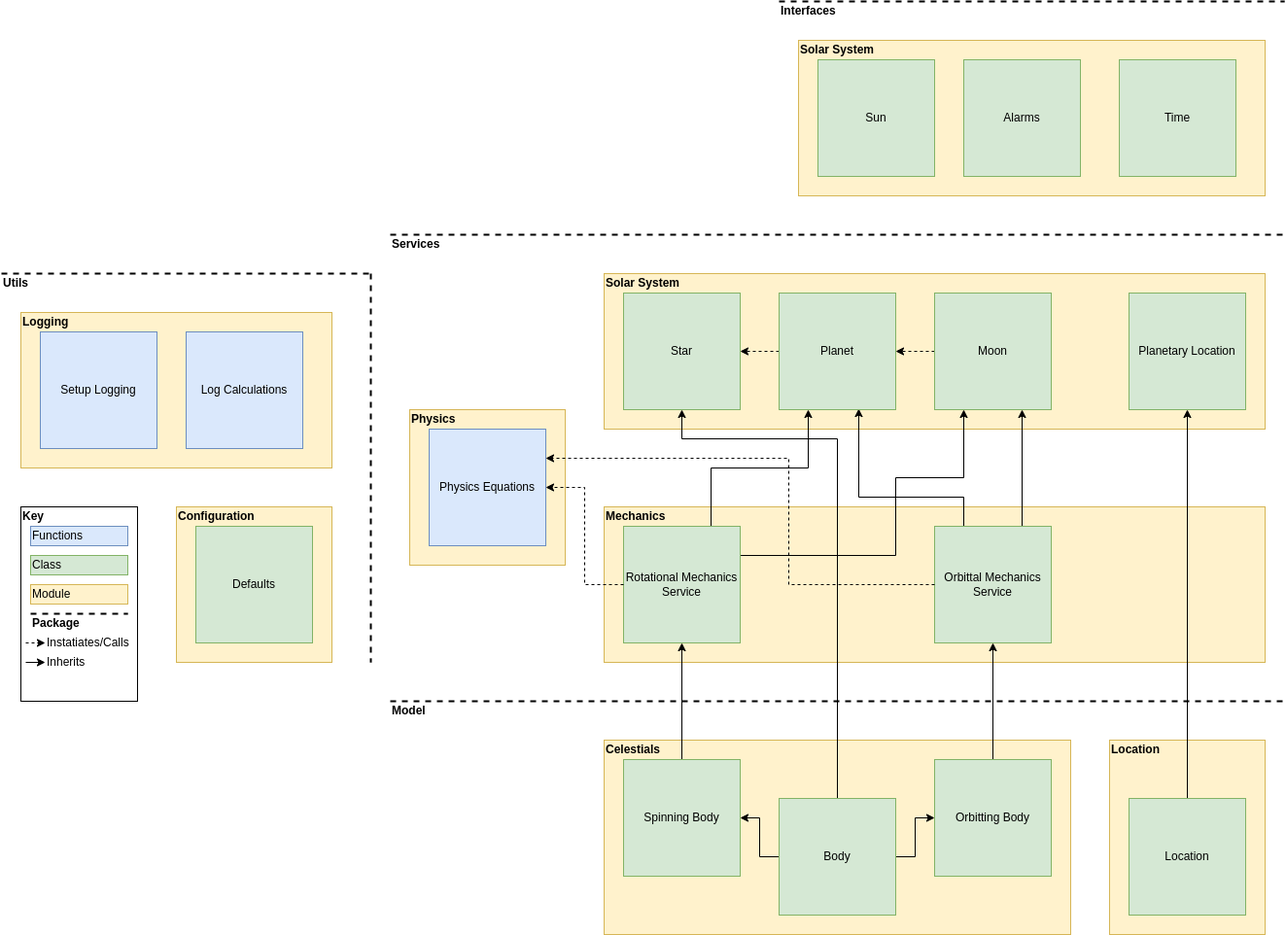
The draw.io diagram img/full_design.png in TheOrganist24/Astronomical, before a commit. Source tidied: cells renumbered, new cells last; positions are measured from the earlier drawing's top-left corner, leaving out a move shared by most shapes.
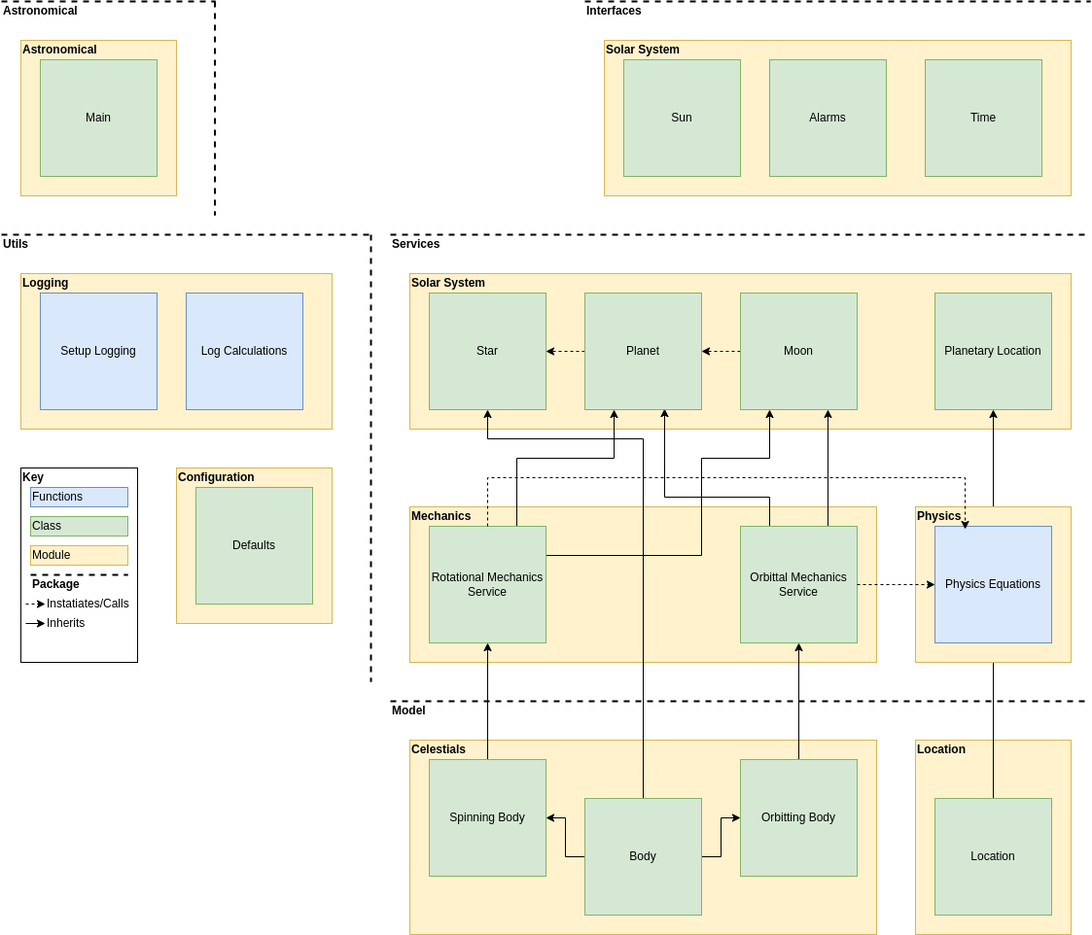
The same diagram one commit later.

Commit message:
DOCS: Tidy up diagram

What changed in the source:
```diff
@@ -12,7 +12,7 @@
       <mxGeometry x="620" y="280" width="680" height="160" as="geometry" />
     </mxCell>
     <mxCell id="5" style="rounded=0;whiteSpace=wrap;html=1;fillColor=#fff2cc;strokeColor=#d6b656;" parent="1" vertex="1">
-      <mxGeometry x="620" y="520" width="680" height="160" as="geometry" />
+      <mxGeometry x="620" y="520" width="480" height="160" as="geometry" />
     </mxCell>
     <mxCell id="6" style="edgeStyle=orthogonalEdgeStyle;rounded=0;jettySize=auto;html=1;exitX=0;exitY=0.5;exitDx=0;exitDy=0;entryX=1;entryY=0.5;entryDx=0;entryDy=0;" parent="1" edge="1" source="9" target="13">
       <mxGeometry relative="1" as="geometry" />
@@ -46,8 +46,8 @@
     <mxCell id="14" style="edgeStyle=orthogonalEdgeStyle;rounded=0;jettySize=auto;html=1;exitX=0.75;exitY=0;exitDx=0;exitDy=0;entryX=0.25;entryY=1;entryDx=0;entryDy=0;" parent="1" edge="1" source="16" target="28">
       <mxGeometry relative="1" as="geometry">
         <Array as="points">
-          <mxPoint x="730" y="480" />
-          <mxPoint x="830" y="480" />
+          <mxPoint x="730" y="470" />
+          <mxPoint x="830" y="470" />
         </Array>
       </mxGeometry>
     </mxCell>
@@ -55,8 +55,8 @@
       <mxGeometry relative="1" as="geometry">
         <Array as="points">
           <mxPoint x="920" y="570" />
-          <mxPoint x="920" y="490" />
-          <mxPoint x="990" y="490" />
+          <mxPoint x="920" y="470" />
+          <mxPoint x="990" y="470" />
         </Array>
       </mxGeometry>
     </mxCell>
@@ -88,7 +88,7 @@
     </mxCell>
     <mxCell id="23" style="endArrow=none;dashed=1;html=1;rounded=0;strokeWidth=2;" parent="1" edge="1">
       <mxGeometry relative="1" as="geometry">
-        <mxPoint x="400" y="720" as="sourcePoint" />
+        <mxPoint x="600" y="720" as="sourcePoint" />
         <mxPoint x="1320" y="720" as="targetPoint" />
       </mxGeometry>
     </mxCell>
@@ -120,78 +120,83 @@
       <mxGeometry x="1140" y="760" width="80" height="20" as="geometry" />
     </mxCell>
     <mxCell id="33" value="&lt;b&gt;Model&lt;/b&gt;" style="text;html=1;strokeColor=none;fillColor=none;align=left;verticalAlign=middle;whiteSpace=wrap;rounded=0;" parent="1" vertex="1">
-      <mxGeometry x="400" y="720" width="80" height="20" as="geometry" />
+      <mxGeometry x="600" y="720" width="80" height="20" as="geometry" />
     </mxCell>
     <mxCell id="34" style="endArrow=none;dashed=1;html=1;rounded=0;strokeWidth=2;" parent="1" edge="1">
       <mxGeometry relative="1" as="geometry">
-        <mxPoint x="400" y="240" as="sourcePoint" />
+        <mxPoint x="600" y="240" as="sourcePoint" />
         <mxPoint x="1320" y="240" as="targetPoint" />
       </mxGeometry>
     </mxCell>
     <mxCell id="35" value="&lt;b&gt;Services&lt;/b&gt;" style="text;html=1;strokeColor=none;fillColor=none;align=left;verticalAlign=middle;whiteSpace=wrap;rounded=0;" parent="1" vertex="1">
-      <mxGeometry x="400" y="240" width="80" height="20" as="geometry" />
+      <mxGeometry x="600" y="240" width="80" height="20" as="geometry" />
     </mxCell>
     <mxCell id="36" style="rounded=0;whiteSpace=wrap;html=1;fillColor=#fff2cc;strokeColor=#d6b656;" parent="1" vertex="1">
-      <mxGeometry x="420" y="420" width="160" height="160" as="geometry" />
+      <mxGeometry x="1140" y="520" width="160" height="160" as="geometry" />
     </mxCell>
     <mxCell id="37" value="Physics Equations" style="rounded=0;whiteSpace=wrap;html=1;fillColor=#dae8fc;strokeColor=#6c8ebf;" parent="1" vertex="1">
-      <mxGeometry x="440" y="440" width="120" height="120" as="geometry" />
+      <mxGeometry x="1160" y="540" width="120" height="120" as="geometry" />
     </mxCell>
     <mxCell id="38" value="&lt;b&gt;Physics&lt;/b&gt;" style="text;html=1;strokeColor=none;fillColor=none;align=left;verticalAlign=middle;whiteSpace=wrap;rounded=0;" parent="1" vertex="1">
-      <mxGeometry x="420" y="420" width="80" height="20" as="geometry" />
+      <mxGeometry x="1140" y="520" width="80" height="20" as="geometry" />
     </mxCell>
-    <mxCell id="39" style="edgeStyle=orthogonalEdgeStyle;rounded=0;jettySize=auto;html=1;entryX=1;entryY=0.5;entryDx=0;entryDy=0;dashed=1;strokeWidth=1;" parent="1" edge="1" source="16" target="37">
-      <mxGeometry relative="1" as="geometry" />
+    <mxCell id="39" style="edgeStyle=orthogonalEdgeStyle;rounded=0;jettySize=auto;html=1;entryX=0.638;entryY=1.15;entryDx=0;entryDy=0;dashed=1;strokeWidth=1;entryPerimeter=0;" parent="1" edge="1" source="16" target="38">
+      <mxGeometry relative="1" as="geometry">
+        <Array as="points">
+          <mxPoint x="700" y="490" />
+          <mxPoint x="1191" y="490" />
+        </Array>
+      </mxGeometry>
     </mxCell>
-    <mxCell id="40" style="edgeStyle=orthogonalEdgeStyle;rounded=0;jettySize=auto;html=1;entryX=1;entryY=0.25;entryDx=0;entryDy=0;dashed=1;strokeWidth=1;" parent="1" edge="1" source="19" target="37">
+    <mxCell id="40" style="edgeStyle=orthogonalEdgeStyle;rounded=0;jettySize=auto;html=1;entryX=0;entryY=0.5;entryDx=0;entryDy=0;dashed=1;strokeWidth=1;" parent="1" edge="1" source="19" target="37">
       <mxGeometry relative="1" as="geometry">
         <Array as="points">
-          <mxPoint x="810" y="600" />
-          <mxPoint x="810" y="470" />
+          <mxPoint x="1140" y="600" />
+          <mxPoint x="1140" y="600" />
         </Array>
       </mxGeometry>
     </mxCell>
     <mxCell id="41" style="rounded=0;whiteSpace=wrap;html=1;" parent="1" vertex="1">
-      <mxGeometry x="20" y="520" width="120" height="200" as="geometry" />
+      <mxGeometry x="220" y="480" width="120" height="200" as="geometry" />
     </mxCell>
     <mxCell id="42" value="&lt;b&gt;Key&lt;/b&gt;" style="text;html=1;strokeColor=none;fillColor=none;align=left;verticalAlign=middle;whiteSpace=wrap;rounded=0;" parent="1" vertex="1">
-      <mxGeometry x="20" y="520" width="80" height="20" as="geometry" />
+      <mxGeometry x="220" y="480" width="80" height="20" as="geometry" />
     </mxCell>
     <mxCell id="43" value="Module" style="rounded=0;whiteSpace=wrap;html=1;fillColor=#fff2cc;strokeColor=#d6b656;align=left;" parent="1" vertex="1">
-      <mxGeometry x="30" y="600" width="100" height="20" as="geometry" />
+      <mxGeometry x="230" y="560" width="100" height="20" as="geometry" />
     </mxCell>
     <mxCell id="44" value="Class" style="rounded=0;whiteSpace=wrap;html=1;fillColor=#d5e8d4;strokeColor=#82b366;align=left;" parent="1" vertex="1">
-      <mxGeometry x="30" y="570" width="100" height="20" as="geometry" />
+      <mxGeometry x="230" y="530" width="100" height="20" as="geometry" />
     </mxCell>
     <mxCell id="45" value="Functions" style="rounded=0;whiteSpace=wrap;html=1;fillColor=#dae8fc;strokeColor=#6c8ebf;align=left;" parent="1" vertex="1">
-      <mxGeometry x="30" y="540" width="100" height="20" as="geometry" />
+      <mxGeometry x="230" y="500" width="100" height="20" as="geometry" />
     </mxCell>
     <mxCell id="46" style="endArrow=classic;html=1;rounded=0;dashed=1;strokeWidth=1;" parent="1" edge="1">
       <mxGeometry relative="1" as="geometry">
-        <mxPoint x="25" y="660" as="sourcePoint" />
-        <mxPoint x="45" y="660" as="targetPoint" />
+        <mxPoint x="225" y="620" as="sourcePoint" />
+        <mxPoint x="245" y="620" as="targetPoint" />
       </mxGeometry>
     </mxCell>
     <mxCell id="47" value="Instatiates/Calls" style="text;html=1;strokeColor=none;fillColor=none;align=left;verticalAlign=middle;whiteSpace=wrap;rounded=0;" parent="1" vertex="1">
-      <mxGeometry x="45" y="650" width="70" height="20" as="geometry" />
+      <mxGeometry x="245" y="610" width="70" height="20" as="geometry" />
     </mxCell>
     <mxCell id="48" style="endArrow=classic;html=1;rounded=0;strokeWidth=1;" parent="1" edge="1">
       <mxGeometry relative="1" as="geometry">
-        <mxPoint x="25" y="680" as="sourcePoint" />
-        <mxPoint x="45" y="680" as="targetPoint" />
+        <mxPoint x="225" y="640" as="sourcePoint" />
+        <mxPoint x="245" y="640" as="targetPoint" />
       </mxGeometry>
     </mxCell>
     <mxCell id="49" value="Inherits" style="text;html=1;strokeColor=none;fillColor=none;align=left;verticalAlign=middle;whiteSpace=wrap;rounded=0;" parent="1" vertex="1">
-      <mxGeometry x="45" y="670" width="70" height="20" as="geometry" />
+      <mxGeometry x="245" y="630" width="70" height="20" as="geometry" />
     </mxCell>
     <mxCell id="50" style="endArrow=none;dashed=1;html=1;rounded=0;strokeWidth=2;" parent="1" edge="1">
       <mxGeometry relative="1" as="geometry">
-        <mxPoint x="30" y="630" as="sourcePoint" />
-        <mxPoint x="130" y="630" as="targetPoint" />
+        <mxPoint x="230" y="590" as="sourcePoint" />
+        <mxPoint x="330" y="590" as="targetPoint" />
       </mxGeometry>
     </mxCell>
     <mxCell id="51" value="&lt;b&gt;Package&lt;/b&gt;" style="text;html=1;strokeColor=none;fillColor=none;align=left;verticalAlign=middle;whiteSpace=wrap;rounded=0;" parent="1" vertex="1">
-      <mxGeometry x="30" y="630" width="80" height="20" as="geometry" />
+      <mxGeometry x="230" y="590" width="80" height="20" as="geometry" />
     </mxCell>
     <mxCell id="52" style="rounded=0;whiteSpace=wrap;html=1;fillColor=#fff2cc;strokeColor=#d6b656;" parent="1" vertex="1">
       <mxGeometry x="820" y="40" width="480" height="160" as="geometry" />
@@ -210,38 +215,38 @@
     </mxCell>
     <mxCell id="57" style="endArrow=none;dashed=1;html=1;rounded=0;strokeWidth=2;" parent="1" edge="1">
       <mxGeometry relative="1" as="geometry">
-        <mxPoint y="280" as="sourcePoint" />
-        <mxPoint x="380" y="280" as="targetPoint" />
+        <mxPoint x="200" y="240" as="sourcePoint" />
+        <mxPoint x="580" y="240" as="targetPoint" />
       </mxGeometry>
     </mxCell>
     <mxCell id="58" value="&lt;b&gt;Utils&lt;/b&gt;" style="text;html=1;strokeColor=none;fillColor=none;align=left;verticalAlign=middle;whiteSpace=wrap;rounded=0;" parent="1" vertex="1">
-      <mxGeometry y="280" width="80" height="20" as="geometry" />
+      <mxGeometry x="200" y="240" width="80" height="20" as="geometry" />
     </mxCell>
     <mxCell id="59" style="rounded=0;whiteSpace=wrap;html=1;fillColor=#fff2cc;strokeColor=#d6b656;" parent="1" vertex="1">
-      <mxGeometry x="20" y="320" width="320" height="160" as="geometry" />
+      <mxGeometry x="220" y="280" width="320" height="160" as="geometry" />
     </mxCell>
     <mxCell id="60" value="Log Calculations" style="rounded=0;whiteSpace=wrap;html=1;fillColor=#dae8fc;strokeColor=#6c8ebf;" parent="1" vertex="1">
-      <mxGeometry x="190" y="340" width="120" height="120" as="geometry" />
+      <mxGeometry x="390" y="300" width="120" height="120" as="geometry" />
     </mxCell>
     <mxCell id="61" value="&lt;b&gt;Logging&lt;/b&gt;" style="text;html=1;strokeColor=none;fillColor=none;align=left;verticalAlign=middle;whiteSpace=wrap;rounded=0;" parent="1" vertex="1">
-      <mxGeometry x="20" y="320" width="80" height="20" as="geometry" />
+      <mxGeometry x="220" y="280" width="80" height="20" as="geometry" />
     </mxCell>
     <mxCell id="62" value="Setup Logging" style="rounded=0;whiteSpace=wrap;html=1;fillColor=#dae8fc;strokeColor=#6c8ebf;" parent="1" vertex="1">
-      <mxGeometry x="40" y="340" width="120" height="120" as="geometry" />
+      <mxGeometry x="240" y="300" width="120" height="120" as="geometry" />
     </mxCell>
     <mxCell id="63" style="rounded=0;whiteSpace=wrap;html=1;fillColor=#fff2cc;strokeColor=#d6b656;" parent="1" vertex="1">
-      <mxGeometry x="180" y="520" width="160" height="160" as="geometry" />
+      <mxGeometry x="380" y="480" width="160" height="160" as="geometry" />
     </mxCell>
     <mxCell id="64" value="&lt;b&gt;Configuration&lt;/b&gt;" style="text;html=1;strokeColor=none;fillColor=none;align=left;verticalAlign=middle;whiteSpace=wrap;rounded=0;" parent="1" vertex="1">
-      <mxGeometry x="180" y="520" width="80" height="20" as="geometry" />
+      <mxGeometry x="380" y="480" width="80" height="20" as="geometry" />
     </mxCell>
     <mxCell id="65" value="Defaults" style="rounded=0;whiteSpace=wrap;html=1;fillColor=#d5e8d4;strokeColor=#82b366;" parent="1" vertex="1">
-      <mxGeometry x="200" y="540" width="120" height="120" as="geometry" />
+      <mxGeometry x="400" y="500" width="120" height="120" as="geometry" />
     </mxCell>
     <mxCell id="66" style="endArrow=none;dashed=1;html=1;rounded=0;strokeWidth=2;" parent="1" edge="1">
       <mxGeometry relative="1" as="geometry">
-        <mxPoint x="380" y="280" as="sourcePoint" />
-        <mxPoint x="380" y="680" as="targetPoint" />
+        <mxPoint x="580" y="240" as="sourcePoint" />
+        <mxPoint x="580" y="700" as="targetPoint" />
       </mxGeometry>
     </mxCell>
     <mxCell id="67" style="endArrow=none;dashed=1;html=1;rounded=0;strokeWidth=2;exitX=0;exitY=0;exitDx=0;exitDy=0;" parent="1" edge="1" source="68">
@@ -252,5 +257,29 @@
     <mxCell id="68" value="&lt;b&gt;Interfaces&lt;/b&gt;" style="text;html=1;strokeColor=none;fillColor=none;align=left;verticalAlign=middle;whiteSpace=wrap;rounded=0;" parent="1" vertex="1">
       <mxGeometry x="800" width="80" height="20" as="geometry" />
     </mxCell>
+    <mxCell id="69" style="endArrow=none;dashed=1;html=1;rounded=0;strokeWidth=2;" parent="1" edge="1">
+      <mxGeometry relative="1" as="geometry">
+        <mxPoint x="200" as="sourcePoint" />
+        <mxPoint x="420" as="targetPoint" />
+      </mxGeometry>
+    </mxCell>
+    <mxCell id="70" value="&lt;b&gt;Astronomical&lt;/b&gt;" style="text;html=1;strokeColor=none;fillColor=none;align=left;verticalAlign=middle;whiteSpace=wrap;rounded=0;" parent="1" vertex="1">
+      <mxGeometry x="200" width="80" height="20" as="geometry" />
+    </mxCell>
+    <mxCell id="71" style="rounded=0;whiteSpace=wrap;html=1;fillColor=#fff2cc;strokeColor=#d6b656;" parent="1" vertex="1">
+      <mxGeometry x="220" y="40" width="160" height="160" as="geometry" />
+    </mxCell>
+    <mxCell id="72" value="&lt;b&gt;Astronomical&lt;/b&gt;" style="text;html=1;strokeColor=none;fillColor=none;align=left;verticalAlign=middle;whiteSpace=wrap;rounded=0;" parent="1" vertex="1">
+      <mxGeometry x="220" y="40" width="80" height="20" as="geometry" />
+    </mxCell>
+    <mxCell id="73" value="Main" style="rounded=0;whiteSpace=wrap;html=1;fillColor=#d5e8d4;strokeColor=#82b366;" parent="1" vertex="1">
+      <mxGeometry x="240" y="60" width="120" height="120" as="geometry" />
+    </mxCell>
+    <mxCell id="74" style="endArrow=none;dashed=1;html=1;rounded=0;strokeWidth=2;" parent="1" edge="1">
+      <mxGeometry relative="1" as="geometry">
+        <mxPoint x="419.5" as="sourcePoint" />
+        <mxPoint x="419.5" y="220" as="targetPoint" />
+      </mxGeometry>
+    </mxCell>
   </root>
 </mxGraphModel>
```
